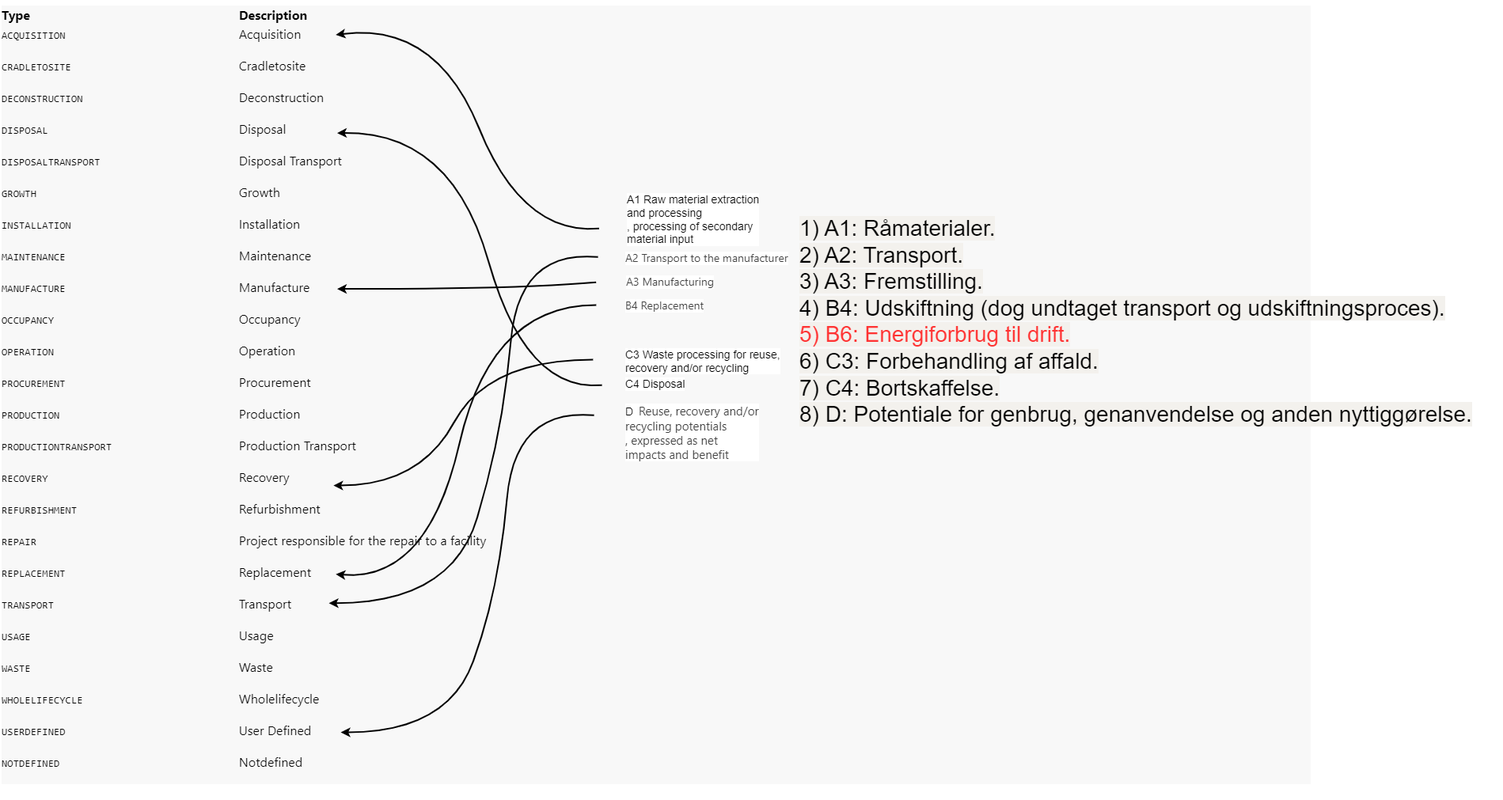
Earlier version of the draw.io export LCA-IFC-DKBR-mapping.drawio.png (Kristoffernegendahl/openBIM). Source tidied: cells renumbered, new cells last; positions are measured from the earlier drawing's top-left corner, leaving out a move shared by most shapes.
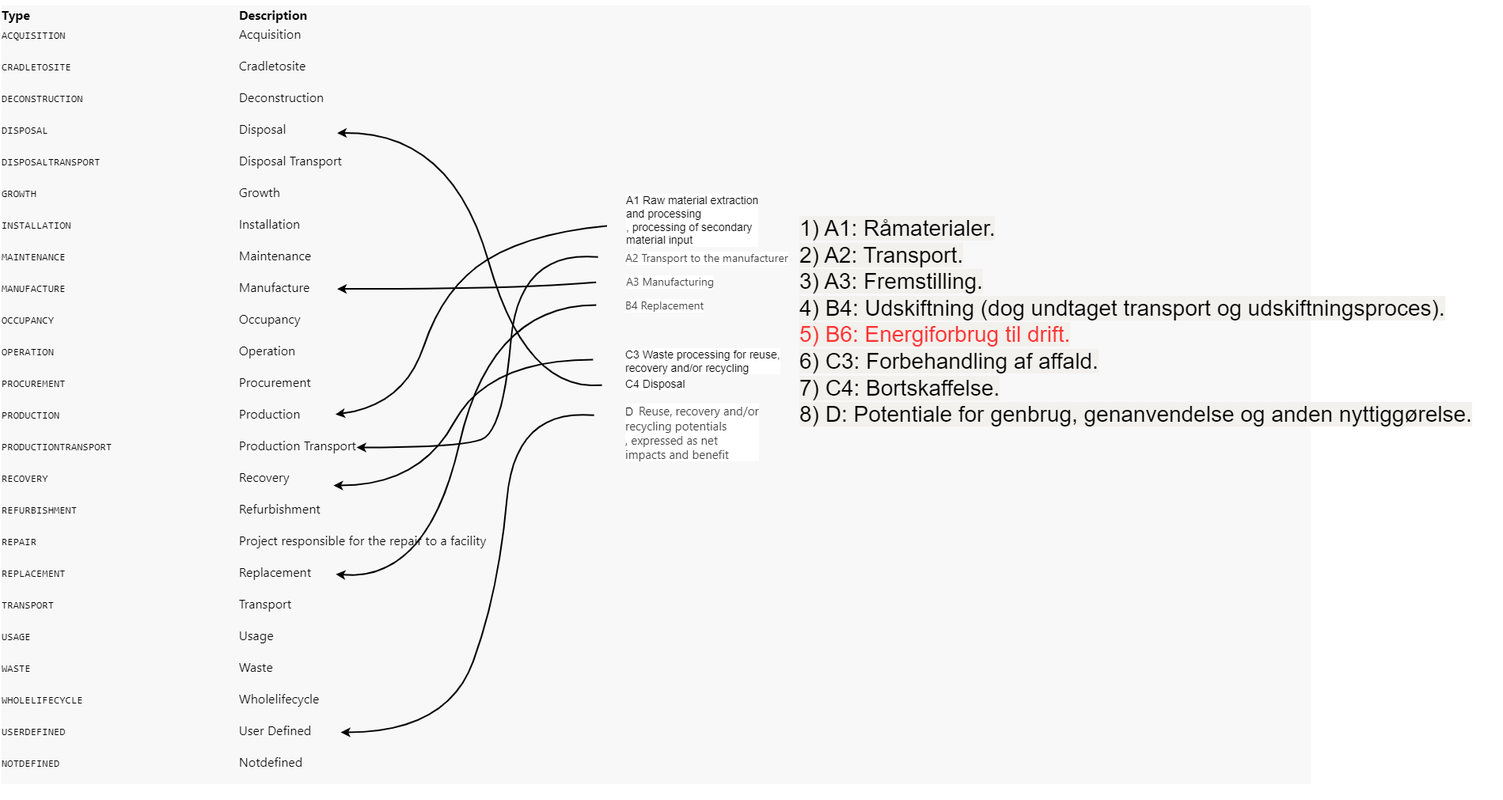
The same diagram one commit later.

Diff of the diagram source:
```diff
@@ -8,29 +8,29 @@
     <mxCell id="3" value="&lt;font style=&quot;font-size: 28px;&quot;&gt;&lt;span style=&quot;color: rgb(0, 0, 0); font-family: Arial, &amp;quot;Helvetica Neue&amp;quot;, Helvetica, sans-serif; font-style: normal; font-variant-ligatures: normal; font-variant-caps: normal; font-weight: 300; letter-spacing: normal; orphans: 2; text-align: start; text-indent: 0px; text-transform: none; widows: 2; word-spacing: 0px; -webkit-text-stroke-width: 0px; background-color: rgb(243, 241, 237); text-decoration-thickness: initial; text-decoration-style: initial; text-decoration-color: initial; float: none; display: inline !important;&quot;&gt;1) A1: Råmaterialer.&lt;/span&gt;&lt;br style=&quot;box-sizing: inherit; color: rgb(0, 0, 0); font-family: Arial, &amp;quot;Helvetica Neue&amp;quot;, Helvetica, sans-serif; font-style: normal; font-variant-ligatures: normal; font-variant-caps: normal; font-weight: 300; letter-spacing: normal; orphans: 2; text-align: start; text-indent: 0px; text-transform: none; widows: 2; word-spacing: 0px; -webkit-text-stroke-width: 0px; background-color: rgb(243, 241, 237); text-decoration-thickness: initial; text-decoration-style: initial; text-decoration-color: initial;&quot;&gt;&lt;span style=&quot;box-sizing: inherit; color: rgb(0, 0, 0); font-family: Arial, &amp;quot;Helvetica Neue&amp;quot;, Helvetica, sans-serif; font-style: normal; font-variant-ligatures: normal; font-variant-caps: normal; font-weight: 300; letter-spacing: normal; orphans: 2; text-align: start; text-indent: 0px; text-transform: none; widows: 2; word-spacing: 0px; -webkit-text-stroke-width: 0px; background-color: rgb(243, 241, 237); text-decoration-thickness: initial; text-decoration-style: initial; text-decoration-color: initial;&quot;&gt; &lt;/span&gt;&lt;span style=&quot;color: rgb(0, 0, 0); font-family: Arial, &amp;quot;Helvetica Neue&amp;quot;, Helvetica, sans-serif; font-style: normal; font-variant-ligatures: normal; font-variant-caps: normal; font-weight: 300; letter-spacing: normal; orphans: 2; text-align: start; text-indent: 0px; text-transform: none; widows: 2; word-spacing: 0px; -webkit-text-stroke-width: 0px; background-color: rgb(243, 241, 237); text-decoration-thickness: initial; text-decoration-style: initial; text-decoration-color: initial; float: none; display: inline !important;&quot;&gt;2) A2: Transport.&lt;/span&gt;&lt;br style=&quot;box-sizing: inherit; color: rgb(0, 0, 0); font-family: Arial, &amp;quot;Helvetica Neue&amp;quot;, Helvetica, sans-serif; font-style: normal; font-variant-ligatures: normal; font-variant-caps: normal; font-weight: 300; letter-spacing: normal; orphans: 2; text-align: start; text-indent: 0px; text-transform: none; widows: 2; word-spacing: 0px; -webkit-text-stroke-width: 0px; background-color: rgb(243, 241, 237); text-decoration-thickness: initial; text-decoration-style: initial; text-decoration-color: initial;&quot;&gt;&lt;span style=&quot;box-sizing: inherit; color: rgb(0, 0, 0); font-family: Arial, &amp;quot;Helvetica Neue&amp;quot;, Helvetica, sans-serif; font-style: normal; font-variant-ligatures: normal; font-variant-caps: normal; font-weight: 300; letter-spacing: normal; orphans: 2; text-align: start; text-indent: 0px; text-transform: none; widows: 2; word-spacing: 0px; -webkit-text-stroke-width: 0px; background-color: rgb(243, 241, 237); text-decoration-thickness: initial; text-decoration-style: initial; text-decoration-color: initial;&quot;&gt; &lt;/span&gt;&lt;span style=&quot;color: rgb(0, 0, 0); font-family: Arial, &amp;quot;Helvetica Neue&amp;quot;, Helvetica, sans-serif; font-style: normal; font-variant-ligatures: normal; font-variant-caps: normal; font-weight: 300; letter-spacing: normal; orphans: 2; text-align: start; text-indent: 0px; text-transform: none; widows: 2; word-spacing: 0px; -webkit-text-stroke-width: 0px; background-color: rgb(243, 241, 237); text-decoration-thickness: initial; text-decoration-style: initial; text-decoration-color: initial; float: none; display: inline !important;&quot;&gt;3) A3: Fremstilling.&lt;/span&gt;&lt;br style=&quot;box-sizing: inherit; color: rgb(0, 0, 0); font-family: Arial, &amp;quot;Helvetica Neue&amp;quot;, Helvetica, sans-serif; font-style: normal; font-variant-ligatures: normal; font-variant-caps: normal; font-weight: 300; letter-spacing: normal; orphans: 2; text-align: start; text-indent: 0px; text-transform: none; widows: 2; word-spacing: 0px; -webkit-text-stroke-width: 0px; background-color: rgb(243, 241, 237); text-decoration-thickness: initial; text-decoration-style: initial; text-decoration-color: initial;&quot;&gt;&lt;span style=&quot;box-sizing: inherit; color: rgb(0, 0, 0); font-family: Arial, &amp;quot;Helvetica Neue&amp;quot;, Helvetica, sans-serif; font-style: normal; font-variant-ligatures: normal; font-variant-caps: normal; font-weight: 300; letter-spacing: normal; orphans: 2; text-align: start; text-indent: 0px; text-transform: none; widows: 2; word-spacing: 0px; -webkit-text-stroke-width: 0px; background-color: rgb(243, 241, 237); text-decoration-thickness: initial; text-decoration-style: initial; text-decoration-color: initial;&quot;&gt; &lt;/span&gt;&lt;span style=&quot;color: rgb(0, 0, 0); font-family: Arial, &amp;quot;Helvetica Neue&amp;quot;, Helvetica, sans-serif; font-style: normal; font-variant-ligatures: normal; font-variant-caps: normal; font-weight: 300; letter-spacing: normal; orphans: 2; text-align: start; text-indent: 0px; text-transform: none; widows: 2; word-spacing: 0px; -webkit-text-stroke-width: 0px; background-color: rgb(243, 241, 237); text-decoration-thickness: initial; text-decoration-style: initial; text-decoration-color: initial; float: none; display: inline !important;&quot;&gt;4) B4: Udskiftning (dog undtaget transport og udskiftningsproces).&lt;/span&gt;&lt;br style=&quot;box-sizing: inherit; color: rgb(0, 0, 0); font-family: Arial, &amp;quot;Helvetica Neue&amp;quot;, Helvetica, sans-serif; font-style: normal; font-variant-ligatures: normal; font-variant-caps: normal; font-weight: 300; letter-spacing: normal; orphans: 2; text-align: start; text-indent: 0px; text-transform: none; widows: 2; word-spacing: 0px; -webkit-text-stroke-width: 0px; background-color: rgb(243, 241, 237); text-decoration-thickness: initial; text-decoration-style: initial; text-decoration-color: initial;&quot;&gt;&lt;span style=&quot;box-sizing: inherit; font-family: Arial, &amp;quot;Helvetica Neue&amp;quot;, Helvetica, sans-serif; font-style: normal; font-variant-ligatures: normal; font-variant-caps: normal; font-weight: 300; letter-spacing: normal; orphans: 2; text-align: start; text-indent: 0px; text-transform: none; widows: 2; word-spacing: 0px; -webkit-text-stroke-width: 0px; background-color: rgb(243, 241, 237); text-decoration-thickness: initial; text-decoration-style: initial; text-decoration-color: initial;&quot;&gt; &lt;/span&gt;&lt;span style=&quot;font-family: Arial, &amp;quot;Helvetica Neue&amp;quot;, Helvetica, sans-serif; font-style: normal; font-variant-ligatures: normal; font-variant-caps: normal; font-weight: 300; letter-spacing: normal; orphans: 2; text-align: start; text-indent: 0px; text-transform: none; widows: 2; word-spacing: 0px; -webkit-text-stroke-width: 0px; background-color: rgb(243, 241, 237); text-decoration-thickness: initial; text-decoration-style: initial; text-decoration-color: initial; float: none; display: inline !important;&quot;&gt;&lt;font color=&quot;#ff3333&quot;&gt;5) B6: Energiforbrug til drift.&lt;/font&gt;&lt;/span&gt;&lt;br style=&quot;box-sizing: inherit; color: rgb(0, 0, 0); font-family: Arial, &amp;quot;Helvetica Neue&amp;quot;, Helvetica, sans-serif; font-style: normal; font-variant-ligatures: normal; font-variant-caps: normal; font-weight: 300; letter-spacing: normal; orphans: 2; text-align: start; text-indent: 0px; text-transform: none; widows: 2; word-spacing: 0px; -webkit-text-stroke-width: 0px; background-color: rgb(243, 241, 237); text-decoration-thickness: initial; text-decoration-style: initial; text-decoration-color: initial;&quot;&gt;&lt;span style=&quot;box-sizing: inherit; color: rgb(0, 0, 0); font-family: Arial, &amp;quot;Helvetica Neue&amp;quot;, Helvetica, sans-serif; font-style: normal; font-variant-ligatures: normal; font-variant-caps: normal; font-weight: 300; letter-spacing: normal; orphans: 2; text-align: start; text-indent: 0px; text-transform: none; widows: 2; word-spacing: 0px; -webkit-text-stroke-width: 0px; background-color: rgb(243, 241, 237); text-decoration-thickness: initial; text-decoration-style: initial; text-decoration-color: initial;&quot;&gt; &lt;/span&gt;&lt;span style=&quot;color: rgb(0, 0, 0); font-family: Arial, &amp;quot;Helvetica Neue&amp;quot;, Helvetica, sans-serif; font-style: normal; font-variant-ligatures: normal; font-variant-caps: normal; font-weight: 300; letter-spacing: normal; orphans: 2; text-align: start; text-indent: 0px; text-transform: none; widows: 2; word-spacing: 0px; -webkit-text-stroke-width: 0px; background-color: rgb(243, 241, 237); text-decoration-thickness: initial; text-decoration-style: initial; text-decoration-color: initial; float: none; display: inline !important;&quot;&gt;6) C3: Forbehandling af affald.&lt;/span&gt;&lt;br style=&quot;box-sizing: inherit; color: rgb(0, 0, 0); font-family: Arial, &amp;quot;Helvetica Neue&amp;quot;, Helvetica, sans-serif; font-style: normal; font-variant-ligatures: normal; font-variant-caps: normal; font-weight: 300; letter-spacing: normal; orphans: 2; text-align: start; text-indent: 0px; text-transform: none; widows: 2; word-spacing: 0px; -webkit-text-stroke-width: 0px; background-color: rgb(243, 241, 237); text-decoration-thickness: initial; text-decoration-style: initial; text-decoration-color: initial;&quot;&gt;&lt;span style=&quot;box-sizing: inherit; color: rgb(0, 0, 0); font-family: Arial, &amp;quot;Helvetica Neue&amp;quot;, Helvetica, sans-serif; font-style: normal; font-variant-ligatures: normal; font-variant-caps: normal; font-weight: 300; letter-spacing: normal; orphans: 2; text-align: start; text-indent: 0px; text-transform: none; widows: 2; word-spacing: 0px; -webkit-text-stroke-width: 0px; background-color: rgb(243, 241, 237); text-decoration-thickness: initial; text-decoration-style: initial; text-decoration-color: initial;&quot;&gt; &lt;/span&gt;&lt;span style=&quot;color: rgb(0, 0, 0); font-family: Arial, &amp;quot;Helvetica Neue&amp;quot;, Helvetica, sans-serif; font-style: normal; font-variant-ligatures: normal; font-variant-caps: normal; font-weight: 300; letter-spacing: normal; orphans: 2; text-align: start; text-indent: 0px; text-transform: none; widows: 2; word-spacing: 0px; -webkit-text-stroke-width: 0px; background-color: rgb(243, 241, 237); text-decoration-thickness: initial; text-decoration-style: initial; text-decoration-color: initial; float: none; display: inline !important;&quot;&gt;7) C4: Bortskaffelse.&lt;/span&gt;&lt;br style=&quot;box-sizing: inherit; color: rgb(0, 0, 0); font-family: Arial, &amp;quot;Helvetica Neue&amp;quot;, Helvetica, sans-serif; font-style: normal; font-variant-ligatures: normal; font-variant-caps: normal; font-weight: 300; letter-spacing: normal; orphans: 2; text-align: start; text-indent: 0px; text-transform: none; widows: 2; word-spacing: 0px; -webkit-text-stroke-width: 0px; background-color: rgb(243, 241, 237); text-decoration-thickness: initial; text-decoration-style: initial; text-decoration-color: initial;&quot;&gt;&lt;span style=&quot;box-sizing: inherit; color: rgb(0, 0, 0); font-family: Arial, &amp;quot;Helvetica Neue&amp;quot;, Helvetica, sans-serif; font-style: normal; font-variant-ligatures: normal; font-variant-caps: normal; font-weight: 300; letter-spacing: normal; orphans: 2; text-align: start; text-indent: 0px; text-transform: none; widows: 2; word-spacing: 0px; -webkit-text-stroke-width: 0px; background-color: rgb(243, 241, 237); text-decoration-thickness: initial; text-decoration-style: initial; text-decoration-color: initial;&quot;&gt; &lt;/span&gt;&lt;span style=&quot;color: rgb(0, 0, 0); font-family: Arial, &amp;quot;Helvetica Neue&amp;quot;, Helvetica, sans-serif; font-style: normal; font-variant-ligatures: normal; font-variant-caps: normal; font-weight: 300; letter-spacing: normal; orphans: 2; text-align: start; text-indent: 0px; text-transform: none; widows: 2; word-spacing: 0px; -webkit-text-stroke-width: 0px; background-color: rgb(243, 241, 237); text-decoration-thickness: initial; text-decoration-style: initial; text-decoration-color: initial; float: none; display: inline !important;&quot;&gt;8) D: Potentiale for genbrug, genanvendelse og anden nyttiggørelse.&lt;/span&gt;&lt;/font&gt;" style="text;whiteSpace=wrap;html=1;" parent="1" vertex="1">
       <mxGeometry x="1008" y="265" width="890" height="380" as="geometry" />
     </mxCell>
-    <mxCell id="4" style="curved=1;endArrow=classic;html=1;rounded=0;entryX=1.009;entryY=0.051;entryDx=0;entryDy=0;entryPerimeter=0;exitX=-0.004;exitY=0.082;exitDx=0;exitDy=0;exitPerimeter=0;strokeWidth=2;" parent="1" edge="1">
+    <mxCell id="4" style="curved=1;endArrow=classic;html=1;rounded=0;entryX=1.008;entryY=0.518;entryDx=0;entryDy=0;entryPerimeter=0;exitX=-0.004;exitY=0.082;exitDx=0;exitDy=0;exitPerimeter=0;strokeWidth=2;" parent="1" edge="1" target="2">
       <mxGeometry relative="1" as="geometry">
-        <mxPoint x="756.4" y="288.2" as="sourcePoint" />
-        <mxPoint x="423.8" y="43.5" as="targetPoint" />
+        <mxPoint x="766.4" y="285" as="sourcePoint" />
         <Array as="points">
-          <mxPoint x="660" y="297" />
-          <mxPoint x="550" y="27" />
+          <mxPoint x="670" y="293.8" />
+          <mxPoint x="560" y="361.8" />
+          <mxPoint x="510" y="511.8" />
         </Array>
       </mxGeometry>
     </mxCell>
     <mxCell id="5" value="&lt;font style=&quot;font-size: 14px;&quot;&gt;A1&amp;nbsp;Raw material extraction &lt;br&gt;and processing&lt;br&gt;, processing of secondary &lt;br&gt;material input&lt;/font&gt;" style="edgeLabel;html=1;align=left;verticalAlign=middle;" parent="4" vertex="1">
       <mxGeometry x="0.02" y="3" relative="1" as="geometry">
-        <mxPoint x="195" y="131" as="offset" />
+        <mxPoint x="231" y="-99" as="offset" />
       </mxGeometry>
     </mxCell>
     <mxCell id="6" style="curved=1;endArrow=classic;html=1;rounded=0;strokeWidth=2;" parent="1" edge="1">
       <mxGeometry relative="1" as="geometry">
         <mxPoint x="755" y="324.4" as="sourcePoint" />
-        <mxPoint x="415" y="761.7" as="targetPoint" />
+        <mxPoint x="450" y="565" as="targetPoint" />
         <Array as="points">
           <mxPoint x="655" y="315" />
           <mxPoint x="635" y="545" />
-          <mxPoint x="570" y="762" />
+          <mxPoint x="580" y="565" />
         </Array>
       </mxGeometry>
     </mxCell>
```
